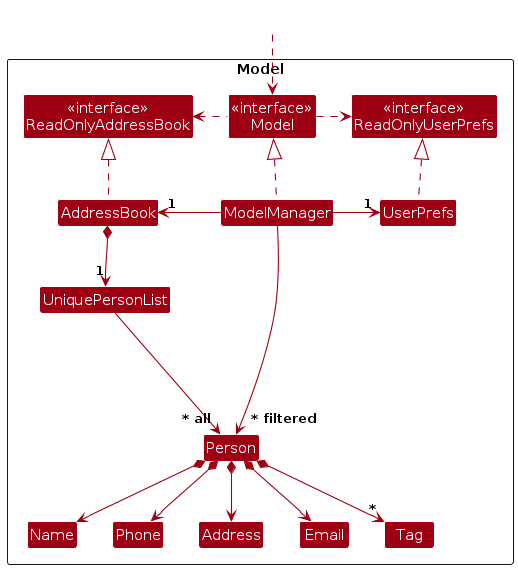
Above: diagrams/ModelClassDiagram.png in Cha0yue/tp (PlantUML), before the change. Its source is kept beside it as diagrams/ModelClassDiagram.puml. Its diagram source:
```plantuml
@startuml
!include style.puml
skinparam arrowThickness 1.1
skinparam arrowColor MODEL_COLOR
skinparam classBackgroundColor MODEL_COLOR

Package Model as ModelPackage <<Rectangle>>{
Class "<<interface>>\nReadOnlyAddressBook" as ReadOnlyAddressBook
Class "<<interface>>\nReadOnlyUserPrefs" as ReadOnlyUserPrefs
Class "<<interface>>\nModel" as Model
Class AddressBook
Class ModelManager
Class UserPrefs

Class UniquePersonList
Class Person
Class Address
Class Email
Class Name
Class Phone
Class Tag

Class I #FFFFFF
}

Class HiddenOutside #FFFFFF
HiddenOutside ..> Model

AddressBook .up.|> ReadOnlyAddressBook

ModelManager .up.|> Model
Model .right.> ReadOnlyUserPrefs
Model .left.> ReadOnlyAddressBook
ModelManager -left-> "1" AddressBook
ModelManager -right-> "1" UserPrefs
UserPrefs .up.|> ReadOnlyUserPrefs

AddressBook *--> "1" UniquePersonList
UniquePersonList --> "~* all" Person
Person *--> Name
Person *--> Phone
Person *--> Email
Person *--> Address
Person *--> "*" Tag

Person -[hidden]up--> I
UniquePersonList -[hidden]right-> I

Name -[hidden]right-> Phone
Phone -[hidden]right-> Address
Address -[hidden]right-> Email

ModelManager --> "~* filtered" Person
@enduml
```
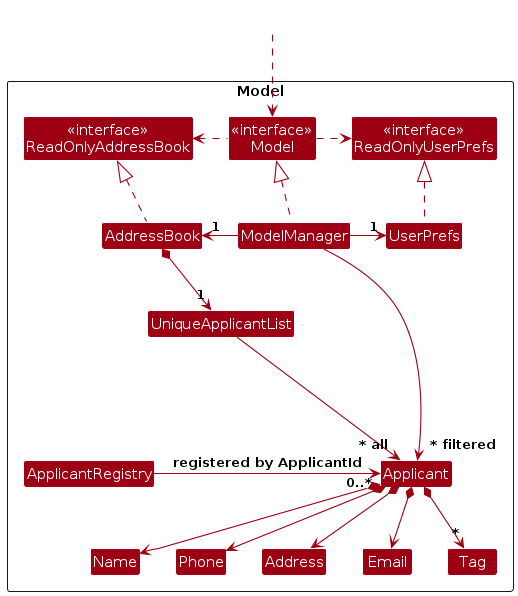
After the commit.

The edit, as a diff of the source:
```diff
@@ -12,8 +12,9 @@
 Class ModelManager
 Class UserPrefs
 
-Class UniquePersonList
-Class Person
+Class ApplicantRegistry
+Class UniqueApplicantList
+Class Applicant
 Class Address
 Class Email
 Class Name
@@ -35,20 +36,22 @@
 ModelManager -right-> "1" UserPrefs
 UserPrefs .up.|> ReadOnlyUserPrefs
 
-AddressBook *--> "1" UniquePersonList
-UniquePersonList --> "~* all" Person
-Person *--> Name
-Person *--> Phone
-Person *--> Email
-Person *--> Address
-Person *--> "*" Tag
+AddressBook *--> "1" UniqueApplicantList
+UniqueApplicantList --> "~* all" Applicant
+ApplicantRegistry -right-> "0..*" Applicant : registered by ApplicantId
 
-Person -[hidden]up--> I
-UniquePersonList -[hidden]right-> I
+Applicant *--> Name
+Applicant *--> Phone
+Applicant *--> Email
+Applicant *--> Address
+Applicant *--> "*" Tag
+
+Applicant -[hidden]up--> I
+UniqueApplicantList -[hidden]right-> I
 
 Name -[hidden]right-> Phone
 Phone -[hidden]right-> Address
 Address -[hidden]right-> Email
 
-ModelManager --> "~* filtered" Person
+ModelManager --> "~* filtered" Applicant
 @enduml
```
